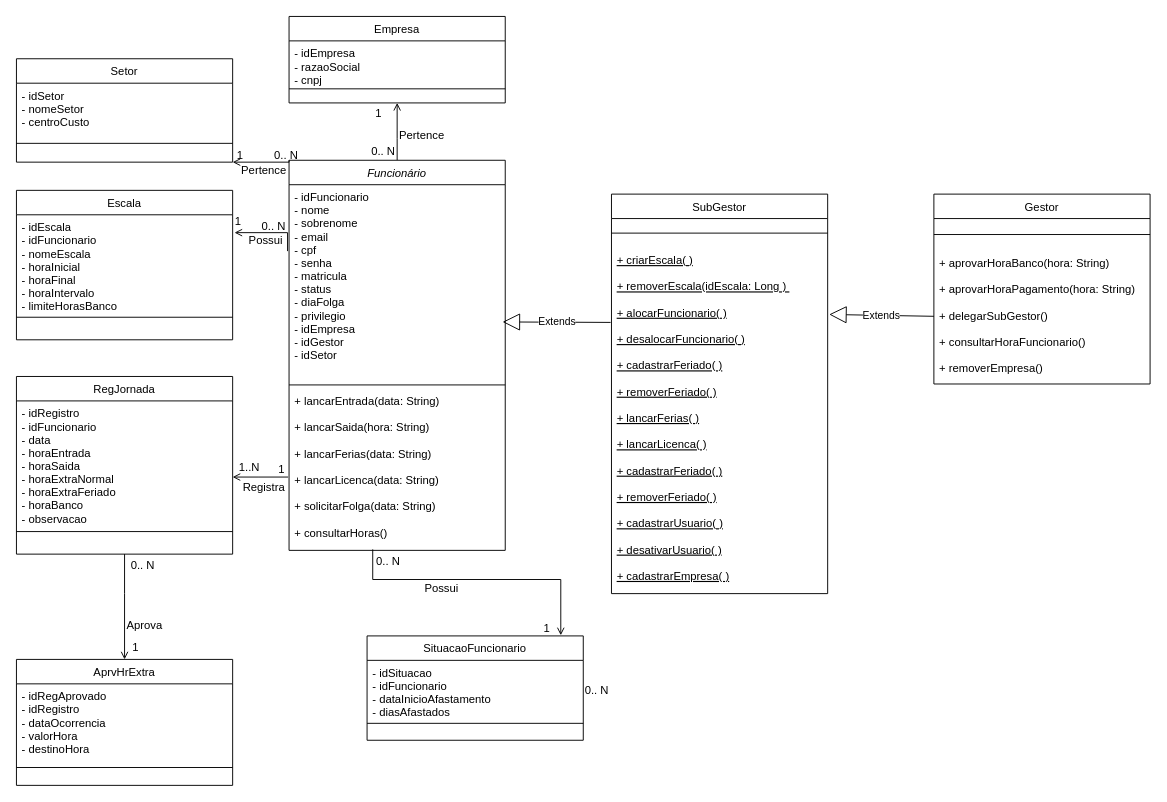
The draw.io diagram 02-Draw.IO/diagrama-de-classes.drawio in samirnagib/ibmr-sgep-doc, before the edit. Source tidied: cells renumbered, new cells numbered last; positions are measured from the earlier drawing's top-left corner, leaving out a move shared by most shapes. Both pictures are drawn from the tidied source at 94%, with x=0, y=0 at pixel (16, 16).
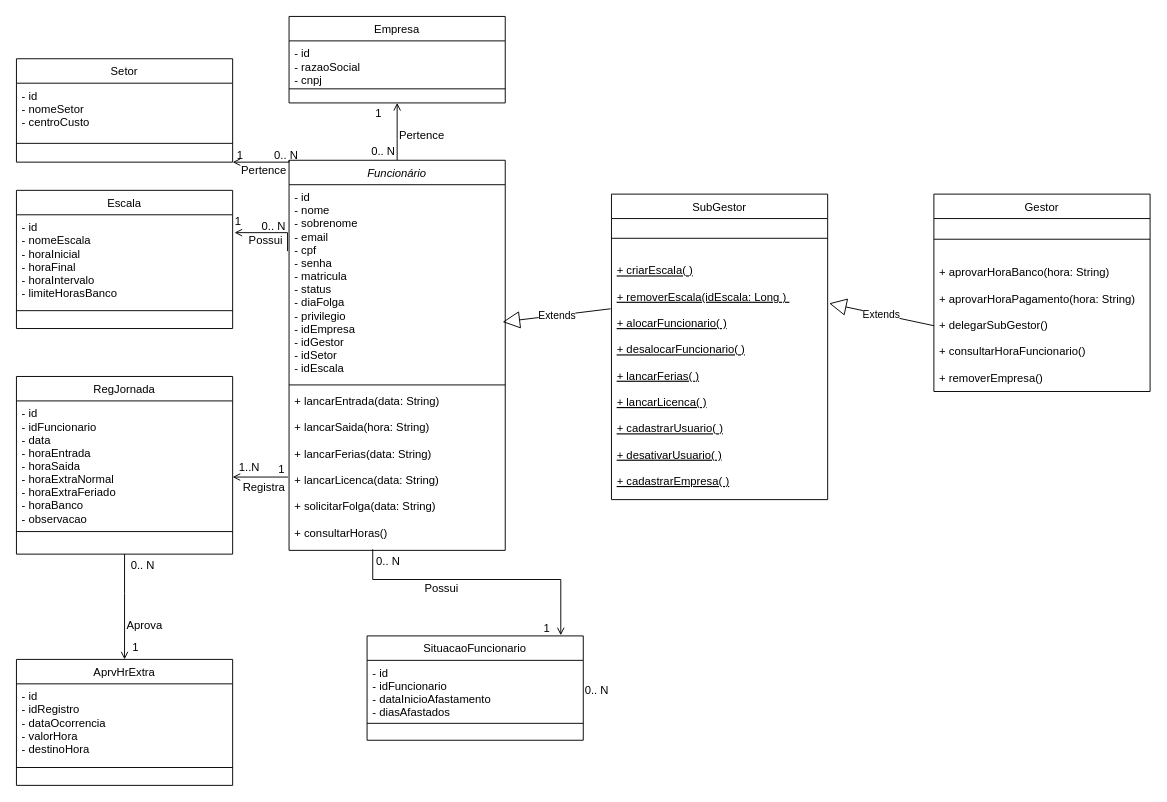
After the change.

The change refers to these unchanged cells:
```xml
<mxCell id="6" value="Funcionário" style="swimlane;fontStyle=2;align=center;verticalAlign=top;horizontal=1;startSize=26;rounded=0;shadow=0;strokeWidth=1;" parent="1" vertex="1">
  <mxGeometry x="290" y="153" width="230" height="415" as="geometry" />
</mxCell>
<mxCell id="12" value="Empresa" style="swimlane;fontStyle=0;align=center;verticalAlign=top;horizontal=1;startSize=26;rounded=0;shadow=0;strokeWidth=1;" parent="1" vertex="1">
  <mxGeometry x="290" width="230" height="92" as="geometry" />
</mxCell>
<mxCell id="15" value="Setor" style="swimlane;fontStyle=0;align=center;verticalAlign=top;horizontal=1;startSize=26;rounded=0;shadow=0;strokeWidth=1;" parent="1" vertex="1">
  <mxGeometry y="45" width="230" height="110" as="geometry" />
</mxCell>
<mxCell id="29" value="RegJornada" style="swimlane;fontStyle=0;align=center;verticalAlign=top;horizontal=1;startSize=26;rounded=0;shadow=0;strokeWidth=1;" parent="1" vertex="1">
  <mxGeometry y="383" width="230" height="189" as="geometry" />
</mxCell>
<mxCell id="45" value="SituacaoFuncionario" style="swimlane;fontStyle=0;align=center;verticalAlign=top;horizontal=1;startSize=26;rounded=0;shadow=0;strokeWidth=1;" parent="1" vertex="1">
  <mxGeometry x="373" y="659" width="230" height="111" as="geometry" />
</mxCell>
<mxCell id="54" value="AprvHrExtra" style="swimlane;fontStyle=0;align=center;verticalAlign=top;horizontal=1;startSize=26;rounded=0;shadow=0;strokeWidth=1;" parent="1" vertex="1">
  <mxGeometry y="684" width="230" height="134" as="geometry" />
</mxCell>
```

Diff of the diagram source:
```diff
@@
-    <mxCell id="7" value="- idFuncionario&#10;- nome&#10;- sobrenome&#10;- email&#10;- cpf&#10;- senha&#10;- matricula&#10;- status&#10;- diaFolga&#10;- privilegio&#10;- idEmpresa&#10;- idGestor&#10;- idSetor&#10;&#10;" style="text;align=left;verticalAlign=top;spacingLeft=4;spacingRight=4;overflow=hidden;points=[[0,0.5],[1,0.5]];portConstraint=eastwest;" parent="6" vertex="1">
+    <mxCell id="7" value="- id&#10;- nome&#10;- sobrenome&#10;- email&#10;- cpf&#10;- senha&#10;- matricula&#10;- status&#10;- diaFolga&#10;- privilegio&#10;- idEmpresa&#10;- idGestor&#10;- idSetor&#10;- idEscala&#10;&#10;" style="text;align=left;verticalAlign=top;spacingLeft=4;spacingRight=4;overflow=hidden;points=[[0,0.5],[1,0.5]];portConstraint=eastwest;" parent="6" vertex="1">
       <mxGeometry y="26" width="230" height="209" as="geometry" />
     </mxCell>
@@
-    <mxCell id="13" value="- idEmpresa&#10;- razaoSocial&#10;- cnpj" style="text;align=left;verticalAlign=top;spacingLeft=4;spacingRight=4;overflow=hidden;" parent="12" vertex="1">
+    <mxCell id="13" value="- id&#10;- razaoSocial&#10;- cnpj" style="text;align=left;verticalAlign=top;spacingLeft=4;spacingRight=4;overflow=hidden;" parent="12" vertex="1">
       <mxGeometry y="26" width="230" height="46" as="geometry" />
     </mxCell>
@@
-    <mxCell id="16" value="- idSetor&#10;- nomeSetor&#10;- centroCusto" style="text;align=left;verticalAlign=top;spacingLeft=4;spacingRight=4;overflow=hidden;" parent="15" vertex="1">
+    <mxCell id="16" value="- id&#10;- nomeSetor&#10;- centroCusto" style="text;align=left;verticalAlign=top;spacingLeft=4;spacingRight=4;overflow=hidden;" parent="15" vertex="1">
       <mxGeometry y="26" width="230" height="54" as="geometry" />
     </mxCell>
@@
     <mxCell id="18" value="Escala" style="swimlane;fontStyle=0;align=center;verticalAlign=top;horizontal=1;startSize=26;rounded=0;shadow=0;strokeWidth=1;" parent="1" vertex="1">
-      <mxGeometry y="185" width="230" height="159" as="geometry" />
+      <mxGeometry y="185" width="230" height="147" as="geometry" />
     </mxCell>
-    <mxCell id="19" value="- idEscala&#10;- idFuncionario&#10;- nomeEscala&#10;- horaInicial&#10;- horaFinal&#10;- horaIntervalo&#10;- limiteHorasBanco" style="text;align=left;verticalAlign=top;spacingLeft=4;spacingRight=4;overflow=hidden;" parent="18" vertex="1">
-      <mxGeometry y="26" width="230" height="104" as="geometry" />
+    <mxCell id="19" value="- id&#10;- nomeEscala&#10;- horaInicial&#10;- horaFinal&#10;- horaIntervalo&#10;- limiteHorasBanco" style="text;align=left;verticalAlign=top;spacingLeft=4;spacingRight=4;overflow=hidden;" parent="18" vertex="1">
+      <mxGeometry y="26" width="230" height="97" as="geometry" />
     </mxCell>
     <mxCell id="20" style="line;html=1;strokeWidth=1;align=left;verticalAlign=middle;spacingTop=-1;spacingLeft=3;spacingRight=3;labelPosition=right;" parent="18" vertex="1">
-      <mxGeometry y="130" width="230" height="10" as="geometry" />
+      <mxGeometry y="123" width="230" height="10" as="geometry" />
     </mxCell>
@@
-    <mxCell id="30" value="- idRegistro&#10;- idFuncionario&#10;- data&#10;- horaEntrada&#10;- horaSaida&#10;- horaExtraNormal&#10;- horaExtraFeriado&#10;- horaBanco&#10;- observacao" style="text;align=left;verticalAlign=top;spacingLeft=4;spacingRight=4;overflow=hidden;" parent="29" vertex="1">
+    <mxCell id="30" value="- id&#10;- idFuncionario&#10;- data&#10;- horaEntrada&#10;- horaSaida&#10;- horaExtraNormal&#10;- horaExtraFeriado&#10;- horaBanco&#10;- observacao" style="text;align=left;verticalAlign=top;spacingLeft=4;spacingRight=4;overflow=hidden;" parent="29" vertex="1">
       <mxGeometry y="26" width="230" height="134" as="geometry" />
     </mxCell>
@@
-    <mxCell id="46" value="- idSituacao&#10;- idFuncionario&#10;- dataInicioAfastamento&#10;- diasAfastados" style="text;align=left;verticalAlign=top;spacingLeft=4;spacingRight=4;overflow=hidden;" parent="45" vertex="1">
+    <mxCell id="46" value="- id&#10;- idFuncionario&#10;- dataInicioAfastamento&#10;- diasAfastados" style="text;align=left;verticalAlign=top;spacingLeft=4;spacingRight=4;overflow=hidden;" parent="45" vertex="1">
       <mxGeometry y="26" width="230" height="62" as="geometry" />
     </mxCell>
@@
     <mxCell id="48" value="SubGestor" style="swimlane;fontStyle=0;align=center;verticalAlign=top;horizontal=1;startSize=26;rounded=0;shadow=0;strokeWidth=1;" parent="1" vertex="1">
-      <mxGeometry x="633" y="189" width="230" height="425" as="geometry" />
+      <mxGeometry x="633" y="189" width="230" height="325" as="geometry" />
     </mxCell>
     <mxCell id="49" style="line;html=1;strokeWidth=1;align=left;verticalAlign=middle;spacingTop=-1;spacingLeft=3;spacingRight=3;labelPosition=right;" parent="48" vertex="1">
-      <mxGeometry y="26" width="230" height="31" as="geometry" />
+      <mxGeometry y="26" width="230" height="42" as="geometry" />
     </mxCell>
-    <mxCell id="50" value="+ criarEscala( )&#10;&#10;+ removerEscala(idEscala: Long ) &#10;&#10;+ alocarFuncionario( )&#10;&#10;+ desalocarFuncionario( )&#10;&#10;+ cadastrarFeriado( )&#10;&#10;+ removerFeriado( )&#10;&#10;+ lancarFerias( )&#10;&#10;+ lancarLicenca( )&#10;&#10;+ cadastrarFeriado( )&#10;&#10;+ removerFeriado( )&#10;&#10;+ cadastrarUsuario( )&#10;&#10;+ desativarUsuario( )&#10;&#10;+ cadastrarEmpresa( )&#10;&#10;" style="text;align=left;verticalAlign=top;spacingLeft=4;spacingRight=4;overflow=hidden;points=[[0,0.5],[1,0.5]];portConstraint=eastwest;fontStyle=4;" parent="48" vertex="1">
-      <mxGeometry y="57" width="230" height="368" as="geometry" />
+    <mxCell id="50" value="+ criarEscala( )&#10;&#10;+ removerEscala(idEscala: Long ) &#10;&#10;+ alocarFuncionario( )&#10;&#10;+ desalocarFuncionario( )&#10;&#10;+ lancarFerias( )&#10;&#10;+ lancarLicenca( )&#10;&#10;+ cadastrarUsuario( )&#10;&#10;+ desativarUsuario( )&#10;&#10;+ cadastrarEmpresa( )&#10;&#10;" style="text;align=left;verticalAlign=top;spacingLeft=4;spacingRight=4;overflow=hidden;points=[[0,0.5],[1,0.5]];portConstraint=eastwest;fontStyle=4;" parent="48" vertex="1">
+      <mxGeometry y="68" width="230" height="250" as="geometry" />
     </mxCell>
     <mxCell id="51" value="Gestor&#10;" style="swimlane;fontStyle=0;align=center;verticalAlign=top;horizontal=1;startSize=26;rounded=0;shadow=0;strokeWidth=1;" parent="1" vertex="1">
-      <mxGeometry x="976" y="189" width="230" height="202" as="geometry" />
+      <mxGeometry x="976" y="189" width="230" height="210" as="geometry" />
     </mxCell>
     <mxCell id="52" style="line;html=1;strokeWidth=1;align=left;verticalAlign=middle;spacingTop=-1;spacingLeft=3;spacingRight=3;labelPosition=right;" parent="51" vertex="1">
-      <mxGeometry y="26" width="230" height="34" as="geometry" />
+      <mxGeometry y="26" width="230" height="44" as="geometry" />
     </mxCell>
     <mxCell id="53" value="+ aprovarHoraBanco(hora: String)&#10;&#10;+ aprovarHoraPagamento(hora: String)&#10;&#10;+ delegarSubGestor()&#10;&#10;+ consultarHoraFuncionario()&#10;&#10;+ removerEmpresa()&#10;" style="text;align=left;verticalAlign=top;spacingLeft=4;spacingRight=4;overflow=hidden;points=[[0,0.5],[1,0.5]];portConstraint=eastwest;fontStyle=0;" parent="51" vertex="1">
-      <mxGeometry y="60" width="230" height="140" as="geometry" />
+      <mxGeometry y="70" width="230" height="140" as="geometry" />
     </mxCell>
@@
-    <mxCell id="55" value="- idRegAprovado&#10;- idRegistro&#10;- dataOcorrencia&#10;- valorHora&#10;- destinoHora" style="text;align=left;verticalAlign=top;spacingLeft=4;spacingRight=4;overflow=hidden;" parent="54" vertex="1">
+    <mxCell id="55" value="- id&#10;- idRegistro&#10;- dataOcorrencia&#10;- valorHora&#10;- destinoHora" style="text;align=left;verticalAlign=top;spacingLeft=4;spacingRight=4;overflow=hidden;" parent="54" vertex="1">
       <mxGeometry y="26" width="230" height="84" as="geometry" />
     </mxCell>
```
